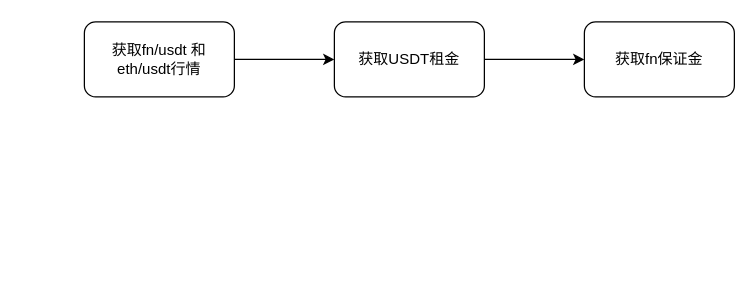
Before: page "QuotationService" (4 of 4) of Ipfs_Share (2).drawio in fishmc/bitcoin, a draw.io diagram. Source tidied: cells renumbered, new cells numbered last; positions are measured from the earlier drawing's top-left corner, leaving out a move shared by most shapes. Both pictures are drawn from the tidied source at 125%, with x=0, y=0 at pixel (84, 21).
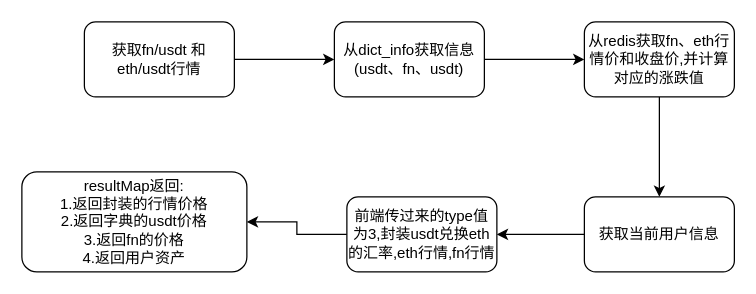
The same page after the edit.

The edit, as a diff of the source:
```diff
@@
 <mxGraphModel>
   <root>
     <mxCell id="0" />
     <mxCell id="1" parent="0" />
     <mxCell id="2" style="edgeStyle=orthogonalEdgeStyle;rounded=0;jettySize=auto;html=1;" parent="1" edge="1" source="3" target="5">
       <mxGeometry relative="1" as="geometry" />
     </mxCell>
     <mxCell id="3" value="获取fn/usdt 和 eth/usdt行情" style="rounded=1;whiteSpace=wrap;html=1;" parent="1" vertex="1">
       <mxGeometry width="120" height="60" as="geometry" />
     </mxCell>
     <mxCell id="4" style="edgeStyle=orthogonalEdgeStyle;rounded=0;jettySize=auto;html=1;" parent="1" edge="1" source="5" target="6">
       <mxGeometry relative="1" as="geometry" />
     </mxCell>
-    <mxCell id="5" value="获取USDT租金" style="rounded=1;whiteSpace=wrap;html=1;" parent="1" vertex="1">
+    <mxCell id="5" value="从dict_info获取信息&lt;br&gt;(usdt、fn、usdt)" style="rounded=1;whiteSpace=wrap;html=1;" parent="1" vertex="1">
       <mxGeometry x="200" width="120" height="60" as="geometry" />
     </mxCell>
+    <mxCell id="7" style="edgeStyle=orthogonalEdgeStyle;rounded=0;jettySize=auto;html=1;" parent="1" edge="1" source="6" target="9">
+      <mxGeometry relative="1" as="geometry" />
+    </mxCell>
-    <mxCell id="6" value="获取fn保证金" style="rounded=1;whiteSpace=wrap;html=1;" parent="1" vertex="1">
+    <mxCell id="6" value="从redis获取fn、eth行情价和收盘价,并计算对应的涨跌值" style="rounded=1;whiteSpace=wrap;html=1;" parent="1" vertex="1">
       <mxGeometry x="400" width="120" height="60" as="geometry" />
     </mxCell>
+    <mxCell id="8" style="edgeStyle=orthogonalEdgeStyle;rounded=0;jettySize=auto;html=1;" parent="1" edge="1" source="9" target="11">
+      <mxGeometry relative="1" as="geometry" />
+    </mxCell>
+    <mxCell id="9" value="获取当前用户信息" style="rounded=1;whiteSpace=wrap;html=1;" parent="1" vertex="1">
+      <mxGeometry x="400" y="140" width="120" height="60" as="geometry" />
+    </mxCell>
+    <mxCell id="10" style="edgeStyle=orthogonalEdgeStyle;rounded=0;jettySize=auto;html=1;" parent="1" edge="1" source="11" target="12">
+      <mxGeometry relative="1" as="geometry" />
+    </mxCell>
+    <mxCell id="11" value="前端传过来的type值为3,封装usdt兑换eth的汇率,eth行情,fn行情" style="rounded=1;whiteSpace=wrap;html=1;" parent="1" vertex="1">
+      <mxGeometry x="210" y="140" width="120" height="60" as="geometry" />
+    </mxCell>
+    <mxCell id="12" value="resultMap返回:&lt;br&gt;1.返回封装的行情价格&lt;br&gt;2.返回字典的usdt价格&lt;br&gt;3.返回fn的价格&lt;br&gt;4.返回用户资产" style="rounded=1;whiteSpace=wrap;html=1;" parent="1" vertex="1">
+      <mxGeometry x="-50" y="120" width="180" height="80" as="geometry" />
+    </mxCell>
   </root>
 </mxGraphModel>
```
